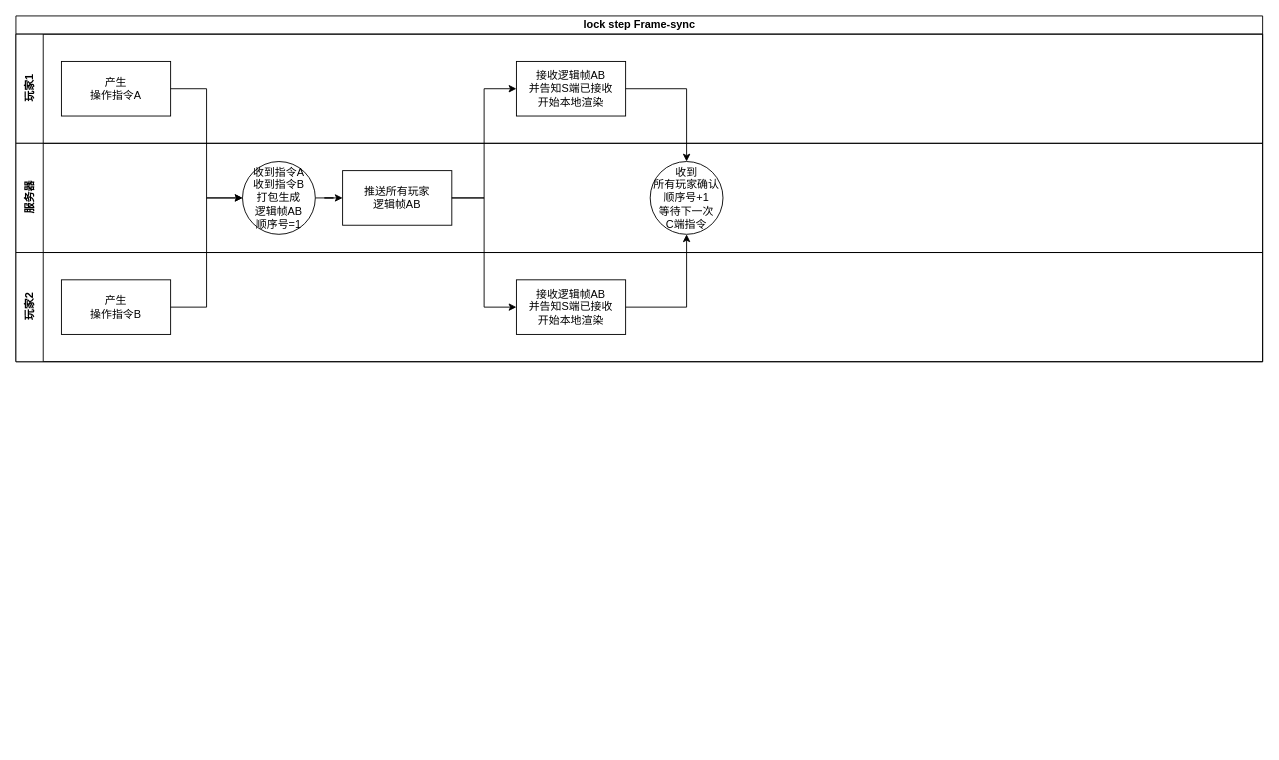
Earlier version of the draw.io diagram rsync_frame_lock_step.drawio (mqzhifu/drawpic). Source tidied: cells renumbered, new cells numbered last; positions are measured from the earlier drawing's top-left corner, leaving out a move shared by most shapes. Both pictures are drawn from the tidied source at 91%, with x=0, y=0 at pixel (15, 15).
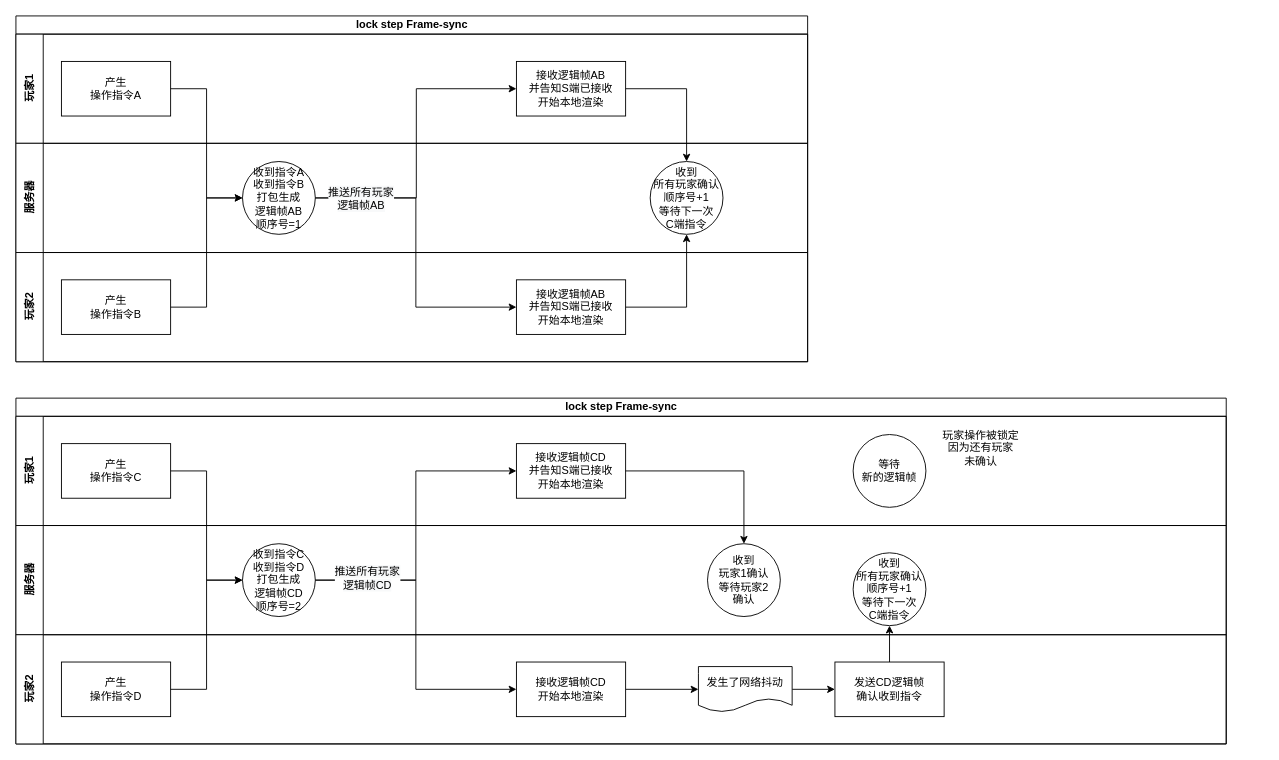
The same diagram, later.

Unchanged cells that the change refers to:
```xml
<mxCell id="5" value="接收逻辑帧AB&lt;br&gt;并告知S端已接收&lt;br&gt;开始本地渲染" style="rounded=0;whiteSpace=wrap;html=1;" parent="3" vertex="1">
  <mxGeometry x="550" y="30" width="120" height="60" as="geometry" />
</mxCell>
<mxCell id="8" value="收到指令A&lt;br&gt;收到指令B&lt;br&gt;打包生成&lt;br&gt;逻辑帧AB&lt;br&gt;顺序号=1" style="ellipse;whiteSpace=wrap;html=1;" parent="6" vertex="1">
  <mxGeometry x="249" y="20" width="80" height="80" as="geometry" />
</mxCell>
<mxCell id="13" value="接收逻辑帧AB&lt;br&gt;并告知S端已接收&lt;br&gt;开始本地渲染" style="rounded=0;whiteSpace=wrap;html=1;" parent="11" vertex="1">
  <mxGeometry x="550" y="30" width="120" height="60" as="geometry" />
</mxCell>
```

Change to the diagram source:
```diff
@@
     <mxCell id="2" value="lock step Frame-sync" style="swimlane;html=1;horizontal=1;startSize=20;" parent="1" vertex="1">
-      <mxGeometry width="1370" height="380" as="geometry" />
+      <mxGeometry width="870" height="380" as="geometry" />
     </mxCell>
     <mxCell id="3" value="玩家1" style="swimlane;html=1;startSize=30;horizontal=0;" parent="2" vertex="1">
-      <mxGeometry y="20" width="1370" height="120" as="geometry" />
+      <mxGeometry y="20" width="870" height="120" as="geometry" />
     </mxCell>
@@
     <mxCell id="6" value="服务器" style="swimlane;html=1;startSize=30;horizontal=0;" parent="2" vertex="1">
-      <mxGeometry y="140" width="1370" height="120" as="geometry" />
+      <mxGeometry y="140" width="870" height="120" as="geometry" />
     </mxCell>
-    <mxCell id="7" style="edgeStyle=orthogonalEdgeStyle;rounded=0;jettySize=auto;html=1;entryX=0;entryY=0.5;entryDx=0;entryDy=0;" parent="6" edge="1" source="8" target="9">
-      <mxGeometry relative="1" as="geometry" />
-    </mxCell>
@@
-    <mxCell id="9" value="推送所有玩家&lt;br&gt;逻辑帧AB" style="rounded=0;whiteSpace=wrap;html=1;" parent="6" vertex="1">
-      <mxGeometry x="359" y="30" width="120" height="60" as="geometry" />
-    </mxCell>
@@
     <mxCell id="11" value="玩家2" style="swimlane;html=1;startSize=30;horizontal=0;" parent="2" vertex="1">
-      <mxGeometry y="260" width="1370" height="120" as="geometry" />
+      <mxGeometry y="260" width="870" height="120" as="geometry" />
     </mxCell>
@@
-    <mxCell id="16" style="edgeStyle=orthogonalEdgeStyle;rounded=0;jettySize=auto;html=1;entryX=0;entryY=0.5;entryDx=0;entryDy=0;" parent="2" edge="1" source="9" target="5">
-      <mxGeometry relative="1" as="geometry" />
+    <mxCell id="16" style="edgeStyle=orthogonalEdgeStyle;rounded=0;jettySize=auto;html=1;entryX=0;entryY=0.5;entryDx=0;entryDy=0;exitX=1;exitY=0.5;exitDx=0;exitDy=0;" parent="2" edge="1" source="8" target="5">
+      <mxGeometry relative="1" as="geometry">
+        <Array as="points">
+          <mxPoint x="440" y="200" />
+          <mxPoint x="440" y="80" />
+        </Array>
+      </mxGeometry>
     </mxCell>
-    <mxCell id="17" style="edgeStyle=orthogonalEdgeStyle;rounded=0;jettySize=auto;html=1;entryX=0;entryY=0.5;entryDx=0;entryDy=0;" parent="2" edge="1" source="9" target="13">
+    <mxCell id="17" style="edgeStyle=orthogonalEdgeStyle;rounded=0;jettySize=auto;html=1;entryX=0;entryY=0.5;entryDx=0;entryDy=0;exitX=1;exitY=0.5;exitDx=0;exitDy=0;" parent="2" edge="1" source="8" target="13">
       <mxGeometry relative="1" as="geometry" />
     </mxCell>
+    <mxCell id="9" value="&lt;span style=&quot;font-size: 12px ; background-color: rgb(248 , 249 , 250)&quot;&gt;推送所有玩家&lt;/span&gt;&lt;br style=&quot;font-size: 12px ; background-color: rgb(248 , 249 , 250)&quot;&gt;&lt;span style=&quot;font-size: 12px ; background-color: rgb(248 , 249 , 250)&quot;&gt;逻辑帧AB&lt;/span&gt;" style="edgeLabel;html=1;align=center;verticalAlign=middle;points=[];" parent="17" vertex="1">
+      <mxGeometry x="-0.71" relative="1" as="geometry" />
+    </mxCell>
@@
+    <mxCell id="20" value="lock step Frame-sync" style="swimlane;html=1;horizontal=1;startSize=20;" parent="1" vertex="1">
+      <mxGeometry y="420" width="1330" height="380" as="geometry" />
+    </mxCell>
+    <mxCell id="21" value="玩家1" style="swimlane;html=1;startSize=30;horizontal=0;" parent="20" vertex="1">
+      <mxGeometry y="20" width="1330" height="120" as="geometry" />
+    </mxCell>
+    <mxCell id="22" value="产生&lt;br&gt;操作指令C" style="rounded=0;whiteSpace=wrap;html=1;" parent="21" vertex="1">
+      <mxGeometry x="50" y="30" width="120" height="60" as="geometry" />
+    </mxCell>
+    <mxCell id="23" value="接收逻辑帧CD&lt;br&gt;并告知S端已接收&lt;br&gt;开始本地渲染" style="rounded=0;whiteSpace=wrap;html=1;" parent="21" vertex="1">
+      <mxGeometry x="550" y="30" width="120" height="60" as="geometry" />
+    </mxCell>
+    <mxCell id="24" value="等待&lt;br&gt;新的逻辑帧&lt;br&gt;" style="ellipse;whiteSpace=wrap;html=1;" parent="21" vertex="1">
+      <mxGeometry x="920" y="20" width="80" height="80" as="geometry" />
+    </mxCell>
+    <mxCell id="25" value="玩家操作被锁定&lt;br&gt;因为还有玩家&lt;br&gt;未确认" style="text;html=1;strokeColor=none;fillColor=none;align=center;verticalAlign=middle;whiteSpace=wrap;rounded=0;" parent="21" vertex="1">
+      <mxGeometry x="1011" y="10" width="99" height="50" as="geometry" />
+    </mxCell>
+    <mxCell id="26" value="服务器" style="swimlane;html=1;startSize=30;horizontal=0;" parent="20" vertex="1">
+      <mxGeometry y="140" width="1330" height="120" as="geometry" />
+    </mxCell>
+    <mxCell id="27" value="收到指令C&lt;br&gt;收到指令D&lt;br&gt;打包生成&lt;br&gt;逻辑帧CD&lt;br&gt;顺序号=2" style="ellipse;whiteSpace=wrap;html=1;" parent="26" vertex="1">
+      <mxGeometry x="249" y="20" width="80" height="80" as="geometry" />
+    </mxCell>
+    <mxCell id="28" value="收到&lt;br&gt;玩家1确认&lt;br&gt;等待玩家2&lt;br&gt;确认" style="ellipse;whiteSpace=wrap;html=1;" parent="26" vertex="1">
+      <mxGeometry x="760" y="20" width="80" height="80" as="geometry" />
+    </mxCell>
+    <mxCell id="29" value="收到&lt;br&gt;所有玩家确认&lt;br&gt;顺序号+1&lt;br&gt;等待下一次&lt;br&gt;C端指令" style="ellipse;whiteSpace=wrap;html=1;" parent="26" vertex="1">
+      <mxGeometry x="920" y="30" width="80" height="80" as="geometry" />
+    </mxCell>
+    <mxCell id="30" value="玩家2" style="swimlane;html=1;startSize=30;horizontal=0;" parent="20" vertex="1">
+      <mxGeometry y="260" width="1330" height="120" as="geometry" />
+    </mxCell>
+    <mxCell id="31" value="产生&lt;br&gt;操作指令D" style="rounded=0;whiteSpace=wrap;html=1;" parent="30" vertex="1">
+      <mxGeometry x="50" y="30" width="120" height="60" as="geometry" />
+    </mxCell>
+    <mxCell id="32" style="edgeStyle=orthogonalEdgeStyle;rounded=0;jettySize=auto;html=1;entryX=0;entryY=0.5;entryDx=0;entryDy=0;" parent="30" edge="1" source="33" target="35">
+      <mxGeometry relative="1" as="geometry" />
+    </mxCell>
+    <mxCell id="33" value="接收逻辑帧CD&lt;br&gt;开始本地渲染" style="rounded=0;whiteSpace=wrap;html=1;" parent="30" vertex="1">
+      <mxGeometry x="550" y="30" width="120" height="60" as="geometry" />
+    </mxCell>
+    <mxCell id="34" style="edgeStyle=orthogonalEdgeStyle;rounded=0;jettySize=auto;html=1;entryX=0;entryY=0.5;entryDx=0;entryDy=0;" parent="30" edge="1" source="35" target="36">
+      <mxGeometry relative="1" as="geometry" />
+    </mxCell>
+    <mxCell id="35" value="&lt;span&gt;发生了网络抖动&lt;/span&gt;" style="shape=document;whiteSpace=wrap;html=1;boundedLbl=1;" parent="30" vertex="1">
+      <mxGeometry x="750" y="35" width="103" height="50" as="geometry" />
+    </mxCell>
+    <mxCell id="36" value="发送CD逻辑帧&lt;br&gt;确认收到指令" style="rounded=0;whiteSpace=wrap;html=1;" parent="30" vertex="1">
+      <mxGeometry x="900" y="30" width="120" height="60" as="geometry" />
+    </mxCell>
+    <mxCell id="37" style="edgeStyle=orthogonalEdgeStyle;rounded=0;jettySize=auto;html=1;entryX=0;entryY=0.5;entryDx=0;entryDy=0;" parent="20" edge="1" source="22" target="27">
+      <mxGeometry relative="1" as="geometry" />
+    </mxCell>
+    <mxCell id="38" style="edgeStyle=orthogonalEdgeStyle;rounded=0;jettySize=auto;html=1;entryX=0;entryY=0.5;entryDx=0;entryDy=0;" parent="20" edge="1" source="31" target="27">
+      <mxGeometry relative="1" as="geometry" />
+    </mxCell>
+    <mxCell id="39" style="edgeStyle=orthogonalEdgeStyle;rounded=0;jettySize=auto;html=1;entryX=0;entryY=0.5;entryDx=0;entryDy=0;exitX=1;exitY=0.5;exitDx=0;exitDy=0;" parent="20" edge="1" source="27" target="23">
+      <mxGeometry relative="1" as="geometry" />
+    </mxCell>
+    <mxCell id="40" style="edgeStyle=orthogonalEdgeStyle;rounded=0;jettySize=auto;html=1;entryX=0;entryY=0.5;entryDx=0;entryDy=0;exitX=1;exitY=0.5;exitDx=0;exitDy=0;" parent="20" edge="1" source="27" target="33">
+      <mxGeometry relative="1" as="geometry" />
+    </mxCell>
+    <mxCell id="41" value="&lt;span style=&quot;font-size: 12px ; background-color: rgb(248 , 249 , 250)&quot;&gt;推送所有玩家&lt;/span&gt;&lt;br style=&quot;font-size: 12px ; background-color: rgb(248 , 249 , 250)&quot;&gt;&lt;span style=&quot;font-size: 12px ; background-color: rgb(248 , 249 , 250)&quot;&gt;逻辑帧CD&lt;/span&gt;" style="edgeLabel;html=1;align=center;verticalAlign=middle;" parent="40" vertex="1">
+      <mxGeometry x="-0.67" y="3" relative="1" as="geometry" />
+    </mxCell>
+    <mxCell id="42" style="edgeStyle=orthogonalEdgeStyle;rounded=0;jettySize=auto;html=1;" parent="20" edge="1" source="23" target="28">
+      <mxGeometry relative="1" as="geometry" />
+    </mxCell>
+    <mxCell id="43" style="edgeStyle=orthogonalEdgeStyle;rounded=0;jettySize=auto;html=1;entryX=0.5;entryY=1;entryDx=0;entryDy=0;" parent="20" edge="1" source="36" target="29">
+      <mxGeometry relative="1" as="geometry" />
+    </mxCell>
```
